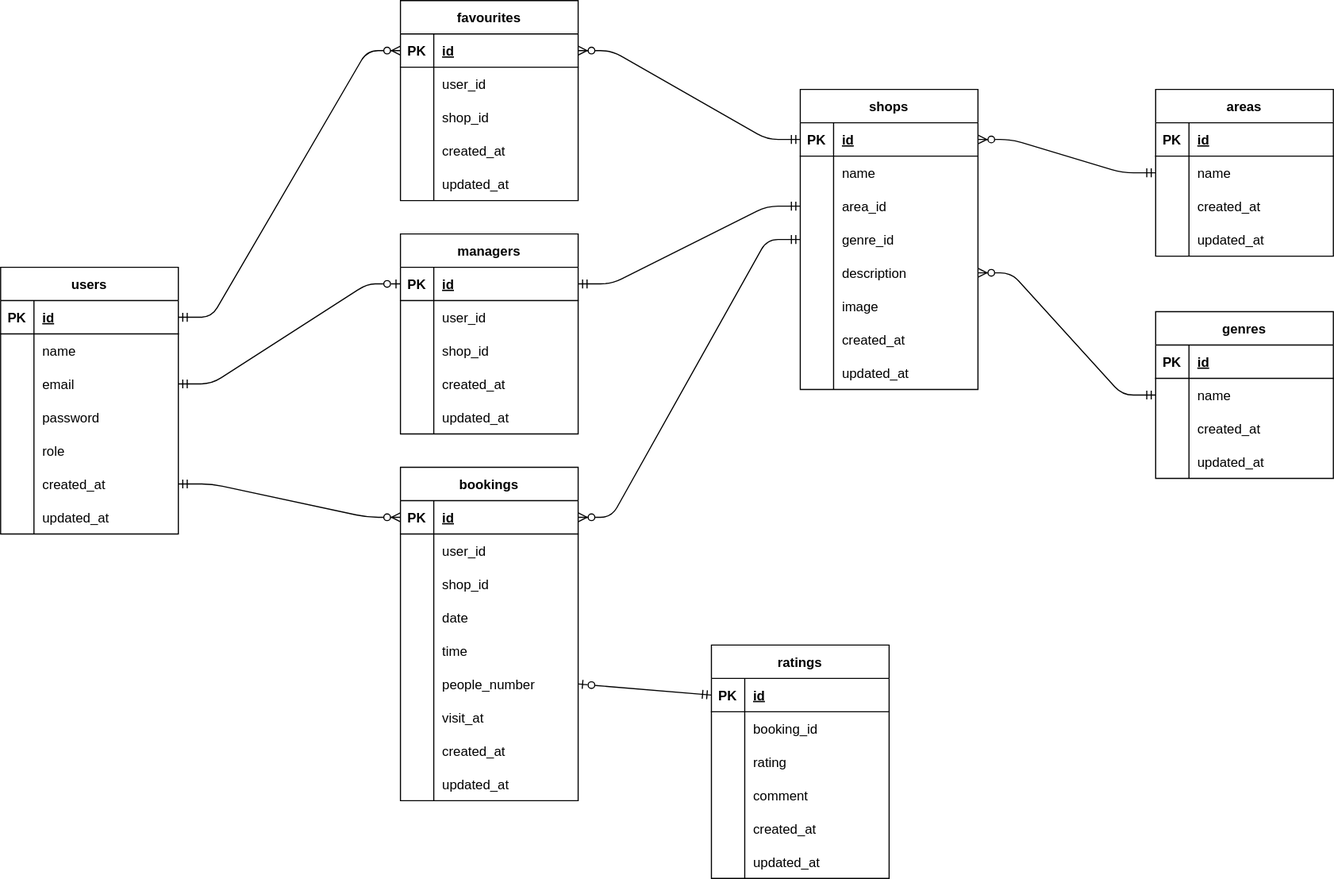
This is index.drawio.svg from MiyokoNakada/20240603_Rese, a draw.io export, as it was before one commit. Source tidied: cells renumbered, new cells last; positions are measured from the earlier drawing's top-left corner, leaving out a move shared by most shapes.
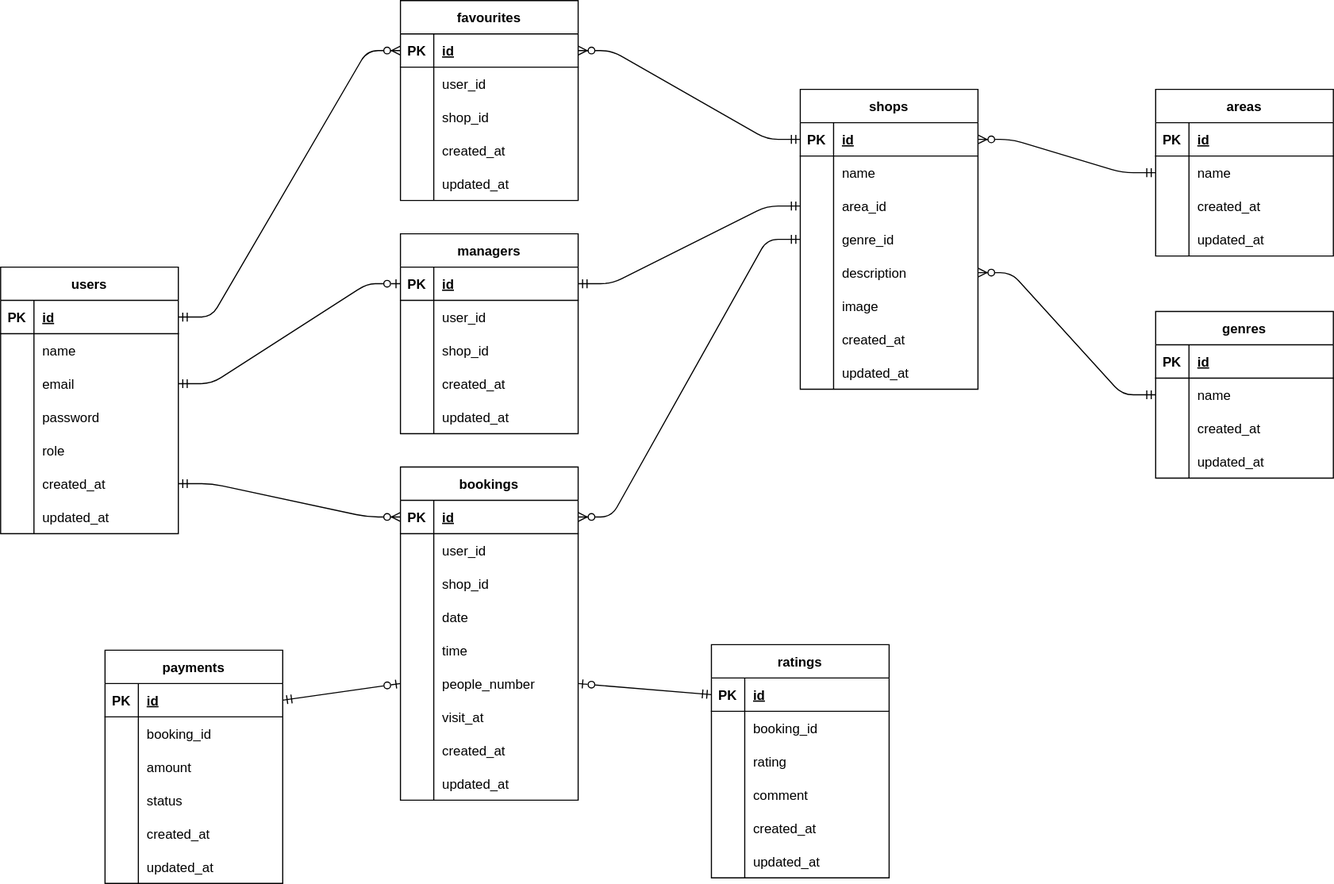
After the change.

What changed in the source:
```diff
@@ -485,5 +485,65 @@
     <mxCell id="162" style="fontSize=12;html=1;endArrow=ERzeroToOne;startArrow=ERmandOne;entryX=1;entryY=0.5;entryDx=0;entryDy=0;strokeColor=default;jumpStyle=none;exitX=0;exitY=0.5;exitDx=0;exitDy=0;endFill=0;" parent="1" edge="1" source="144" target="81">
       <mxGeometry relative="1" as="geometry" />
     </mxCell>
+    <mxCell id="163" value="payments" style="shape=table;startSize=30;rowLines=0;fontStyle=1;align=center;" parent="1" vertex="1">
+      <mxGeometry x="94" y="585" width="160" height="210" as="geometry" />
+    </mxCell>
+    <mxCell id="164" style="shape=tableRow;horizontal=0;startSize=0;swimlaneHead=0;swimlaneBody=0;fillColor=none;points=[[0,0.5],[1,0.5]];portConstraint=eastwest;top=0;left=0;right=0;bottom=1;" parent="163" vertex="1">
+      <mxGeometry y="30" width="160" height="30" as="geometry" />
+    </mxCell>
+    <mxCell id="165" value="PK" style="shape=partialRectangle;fillColor=none;top=0;left=0;bottom=0;right=0;fontStyle=1;overflow=hidden;" parent="164" vertex="1">
+      <mxGeometry width="30" height="30" as="geometry" />
+    </mxCell>
+    <mxCell id="166" value="id" style="shape=partialRectangle;fillColor=none;top=0;left=0;bottom=0;right=0;align=left;spacingLeft=6;fontStyle=5;overflow=hidden;" parent="164" vertex="1">
+      <mxGeometry x="30" width="130" height="30" as="geometry" />
+    </mxCell>
+    <mxCell id="167" style="shape=tableRow;horizontal=0;startSize=0;swimlaneHead=0;swimlaneBody=0;fillColor=none;top=0;left=0;right=0;bottom=0;" parent="163" vertex="1">
+      <mxGeometry y="60" width="160" height="30" as="geometry" />
+    </mxCell>
+    <mxCell id="168" style="shape=partialRectangle;fillColor=none;top=0;left=0;bottom=0;right=0;overflow=hidden;" parent="167" vertex="1">
+      <mxGeometry width="30" height="30" as="geometry" />
+    </mxCell>
+    <mxCell id="169" value="booking_id" style="shape=partialRectangle;fillColor=none;top=0;left=0;bottom=0;right=0;align=left;spacingLeft=6;overflow=hidden;" parent="167" vertex="1">
+      <mxGeometry x="30" width="130" height="30" as="geometry" />
+    </mxCell>
+    <mxCell id="170" style="shape=tableRow;horizontal=0;startSize=0;swimlaneHead=0;swimlaneBody=0;fillColor=none;top=0;left=0;right=0;bottom=0;" parent="163" vertex="1">
+      <mxGeometry y="90" width="160" height="30" as="geometry" />
+    </mxCell>
+    <mxCell id="171" style="shape=partialRectangle;fillColor=none;top=0;left=0;bottom=0;right=0;overflow=hidden;" parent="170" vertex="1">
+      <mxGeometry width="30" height="30" as="geometry" />
+    </mxCell>
+    <mxCell id="172" value="amount" style="shape=partialRectangle;fillColor=none;top=0;left=0;bottom=0;right=0;align=left;spacingLeft=6;overflow=hidden;" parent="170" vertex="1">
+      <mxGeometry x="30" width="130" height="30" as="geometry" />
+    </mxCell>
+    <mxCell id="173" style="shape=tableRow;horizontal=0;startSize=0;swimlaneHead=0;swimlaneBody=0;fillColor=none;top=0;left=0;right=0;bottom=0;" parent="163" vertex="1">
+      <mxGeometry y="120" width="160" height="30" as="geometry" />
+    </mxCell>
+    <mxCell id="174" style="shape=partialRectangle;fillColor=none;top=0;left=0;bottom=0;right=0;overflow=hidden;" parent="173" vertex="1">
+      <mxGeometry width="30" height="30" as="geometry" />
+    </mxCell>
+    <mxCell id="175" value="status" style="shape=partialRectangle;fillColor=none;top=0;left=0;bottom=0;right=0;align=left;spacingLeft=6;overflow=hidden;" parent="173" vertex="1">
+      <mxGeometry x="30" width="130" height="30" as="geometry" />
+    </mxCell>
+    <mxCell id="176" style="shape=tableRow;horizontal=0;startSize=0;swimlaneHead=0;swimlaneBody=0;fillColor=none;top=0;left=0;right=0;bottom=0;" parent="163" vertex="1">
+      <mxGeometry y="150" width="160" height="30" as="geometry" />
+    </mxCell>
+    <mxCell id="177" style="shape=partialRectangle;fillColor=none;top=0;left=0;bottom=0;right=0;overflow=hidden;" parent="176" vertex="1">
+      <mxGeometry width="30" height="30" as="geometry" />
+    </mxCell>
+    <mxCell id="178" value="created_at" style="shape=partialRectangle;fillColor=none;top=0;left=0;bottom=0;right=0;align=left;spacingLeft=6;overflow=hidden;" parent="176" vertex="1">
+      <mxGeometry x="30" width="130" height="30" as="geometry" />
+    </mxCell>
+    <mxCell id="179" style="shape=tableRow;horizontal=0;startSize=0;swimlaneHead=0;swimlaneBody=0;fillColor=none;top=0;left=0;right=0;bottom=0;" parent="163" vertex="1">
+      <mxGeometry y="180" width="160" height="30" as="geometry" />
+    </mxCell>
+    <mxCell id="180" style="shape=partialRectangle;fillColor=none;top=0;left=0;bottom=0;right=0;overflow=hidden;" parent="179" vertex="1">
+      <mxGeometry width="30" height="30" as="geometry" />
+    </mxCell>
+    <mxCell id="181" value="updated_at" style="shape=partialRectangle;fillColor=none;top=0;left=0;bottom=0;right=0;align=left;spacingLeft=6;overflow=hidden;" parent="179" vertex="1">
+      <mxGeometry x="30" width="130" height="30" as="geometry" />
+    </mxCell>
+    <mxCell id="182" style="fontSize=12;html=1;endArrow=ERzeroToOne;startArrow=ERmandOne;entryX=0;entryY=0.5;entryDx=0;entryDy=0;strokeColor=default;jumpStyle=none;exitX=1;exitY=0.5;exitDx=0;exitDy=0;endFill=0;" parent="1" edge="1" source="164" target="81">
+      <mxGeometry relative="1" as="geometry" />
+    </mxCell>
   </root>
 </mxGraphModel>
```
